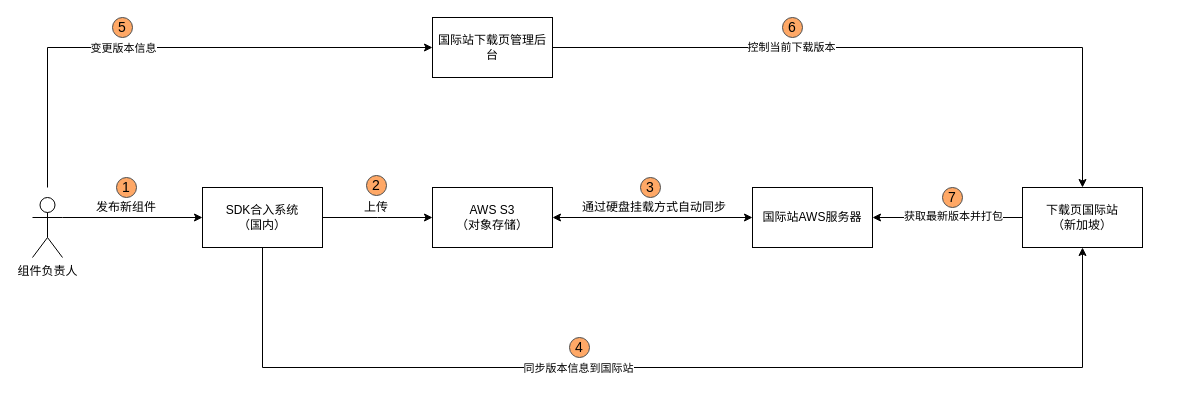
Before: 下载页上AWS详细方案.drawio in liliang1213/diagram, a draw.io diagram. Source tidied: cells renumbered, new cells numbered last; positions are measured from the earlier drawing's top-left corner, leaving out a move shared by most shapes. Both pictures are drawn from the tidied source at 100%, with x=0, y=0 at pixel (32, 17).
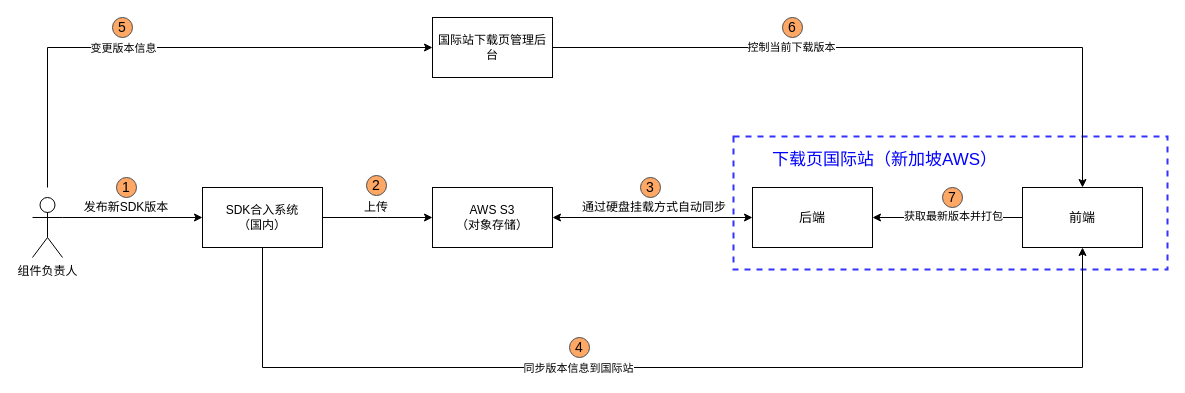
Above is the later version.

Commit message:
Update 下载页上AWS详细方案.drawio

The edit, as a diff of the source:
```diff
@@
+    <mxCell id="29" style="rounded=0;whiteSpace=wrap;html=1;fillColor=none;dashed=1;strokeColor=#3333FF;strokeWidth=2;" parent="1" vertex="1">
+      <mxGeometry x="701" y="119" width="434" height="133" as="geometry" />
+    </mxCell>
@@
-    <mxCell id="6" value="发布新组件" style="text;html=1;strokeColor=none;fillColor=none;align=center;verticalAlign=middle;whiteSpace=wrap;rounded=0;" parent="1" vertex="1">
-      <mxGeometry x="60" y="180" width="68" height="20" as="geometry" />
+    <mxCell id="6" value="发布新SDK版本" style="text;html=1;strokeColor=none;fillColor=none;align=center;verticalAlign=middle;whiteSpace=wrap;rounded=0;" parent="1" vertex="1">
+      <mxGeometry x="50" y="180" width="88" height="20" as="geometry" />
     </mxCell>
@@
-    <mxCell id="9" value="下载页国际站&lt;br&gt;（新加坡）" style="rounded=0;whiteSpace=wrap;html=1;" parent="1" vertex="1">
+    <mxCell id="9" value="前端" style="rounded=0;whiteSpace=wrap;html=1;fontSize=13;" parent="1" vertex="1">
       <mxGeometry x="990" y="170" width="120" height="60" as="geometry" />
     </mxCell>
@@
-    <mxCell id="18" value="国际站AWS服务器" style="rounded=0;whiteSpace=wrap;html=1;" parent="1" vertex="1">
+    <mxCell id="18" value="后端" style="rounded=0;whiteSpace=wrap;html=1;fontSize=13;" parent="1" vertex="1">
       <mxGeometry x="720" y="170" width="120" height="60" as="geometry" />
     </mxCell>
@@
+    <mxCell id="30" value="下载页国际站（新加坡AWS）" style="text;html=1;strokeColor=none;fillColor=none;align=center;verticalAlign=middle;whiteSpace=wrap;rounded=0;fontSize=17;fontColor=#0000FF;" parent="1" vertex="1">
+      <mxGeometry x="714" y="133" width="277" height="20" as="geometry" />
+    </mxCell>
```
